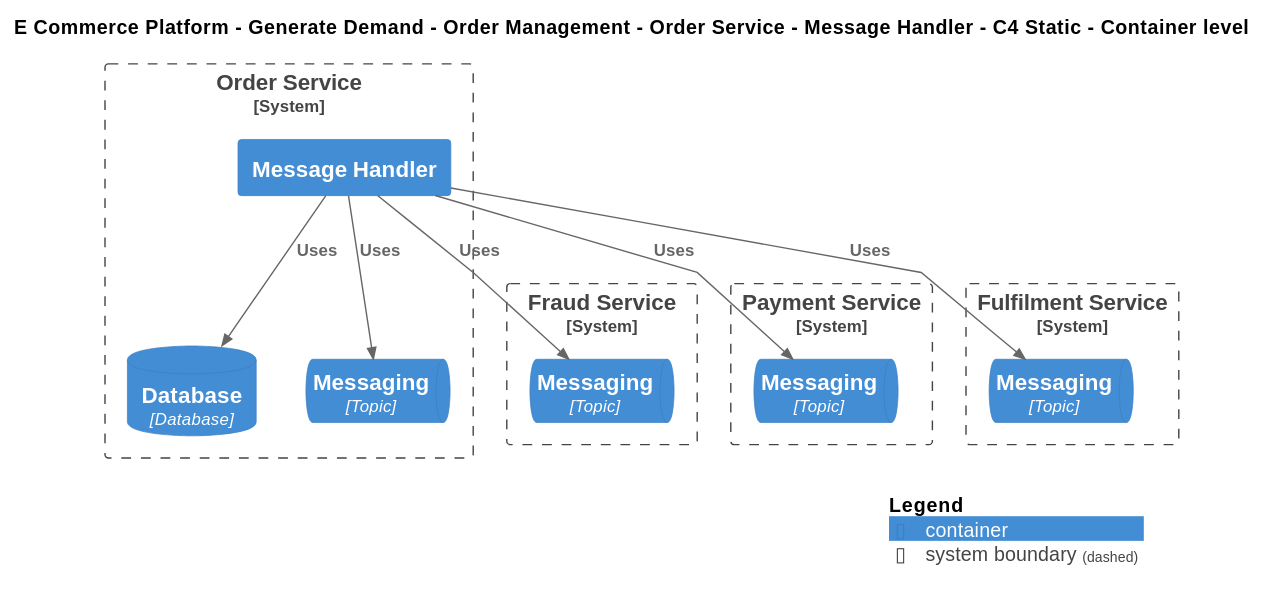
This is Samples/E-Commerce Platform/Yaml/Diagrams/E Commerce Platform/Generate Demand/Order Management/Software Systems/Order Service/Containers/Message Handler/Container - C4 Static.svg from mnadenysenko/C4InterFlow, a PlantUML export, as it was before one commit. Its diagram source:
```plantuml
@startuml
!include ..\..\..\..\..\..\..\.c4s\C4_Container.puml

AddElementTag("c4interflow:lifecycle:new", $bgColor=green, $fontColor=#ffffff, $borderColor=green, $shadowing="False")
AddElementTag("c4interflow:lifecycle:changed", $bgColor=orange, $fontColor=#ffffff, $borderColor=orange, $shadowing="False")
AddElementTag("c4interflow:lifecycle:removed", $bgColor=red, $fontColor=#ffffff, $borderColor=red, $shadowing="False")

AddRelTag("c4interflow:lifecycle:new", $textColor=green, $lineColor=green)
AddRelTag("c4interflow:lifecycle:changed", $textColor=orange, $lineColor=orange)
AddRelTag("c4interflow:lifecycle:removed", $textColor=red, $lineColor=red)

SHOW_PERSON_PORTRAIT()
LAYOUT_TOP_DOWN()

skinparam linetype polyline

title E Commerce Platform - Generate Demand - Order Management - Order Service - Message Handler - C4 Static - Container level


System_Boundary(ECommercePlatform.GenerateDemand.OrderManagement.SoftwareSystems.OrderService, "Order Service") {
    Container(ECommercePlatform.GenerateDemand.OrderManagement.SoftwareSystems.OrderService.Containers.MessageHandler, "Message Handler", "", "")
    ContainerDb(ECommercePlatform.GenerateDemand.OrderManagement.SoftwareSystems.OrderService.Containers.Database, "Database", "Database", "")
    ContainerQueue(ECommercePlatform.GenerateDemand.OrderManagement.SoftwareSystems.OrderService.Containers.Messaging, "Messaging", "Topic", "")
}

System_Boundary(ECommercePlatform.Deliver.FraudManagement.SoftwareSystems.FraudService, "Fraud Service") {
    ContainerQueue(ECommercePlatform.Deliver.FraudManagement.SoftwareSystems.FraudService.Containers.Messaging, "Messaging", "Topic", "")
}

System_Boundary(ECommercePlatform.Deliver.Payments.SoftwareSystems.PaymentService, "Payment Service") {
    ContainerQueue(ECommercePlatform.Deliver.Payments.SoftwareSystems.PaymentService.Containers.Messaging, "Messaging", "Topic", "")
}

System_Boundary(ECommercePlatform.Deliver.Fulfilment.SoftwareSystems.FulfilmentService, "Fulfilment Service") {
    ContainerQueue(ECommercePlatform.Deliver.Fulfilment.SoftwareSystems.FulfilmentService.Containers.Messaging, "Messaging", "Topic", "")
}

Rel(ECommercePlatform.GenerateDemand.OrderManagement.SoftwareSystems.OrderService.Containers.MessageHandler, ECommercePlatform.Deliver.FraudManagement.SoftwareSystems.FraudService.Containers.Messaging, "Uses")
Rel(ECommercePlatform.GenerateDemand.OrderManagement.SoftwareSystems.OrderService.Containers.MessageHandler, ECommercePlatform.GenerateDemand.OrderManagement.SoftwareSystems.OrderService.Containers.Database, "Uses")
Rel(ECommercePlatform.GenerateDemand.OrderManagement.SoftwareSystems.OrderService.Containers.MessageHandler, ECommercePlatform.GenerateDemand.OrderManagement.SoftwareSystems.OrderService.Containers.Messaging, "Uses")
Rel(ECommercePlatform.GenerateDemand.OrderManagement.SoftwareSystems.OrderService.Containers.MessageHandler, ECommercePlatform.Deliver.Payments.SoftwareSystems.PaymentService.Containers.Messaging, "Uses")
Rel(ECommercePlatform.GenerateDemand.OrderManagement.SoftwareSystems.OrderService.Containers.MessageHandler, ECommercePlatform.Deliver.Fulfilment.SoftwareSystems.FulfilmentService.Containers.Messaging, "Uses")


SHOW_LEGEND()
@enduml
```
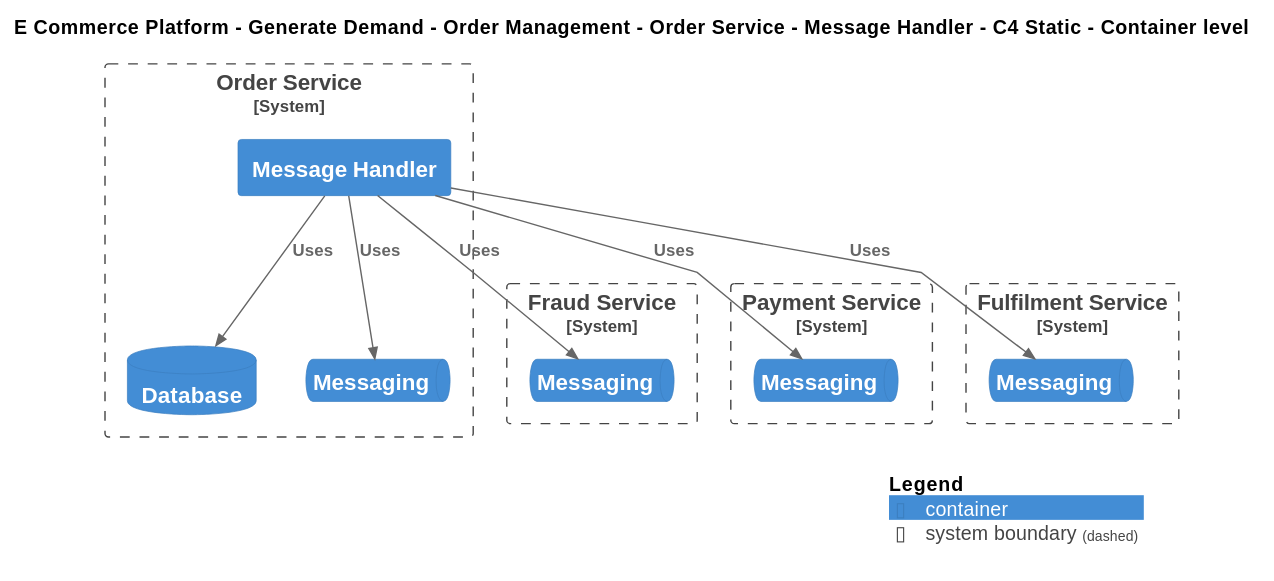
The same diagram one commit later.

Change to the diagram source:
```diff
@@ -19,20 +19,20 @@
 
 System_Boundary(ECommercePlatform.GenerateDemand.OrderManagement.SoftwareSystems.OrderService, "Order Service") {
     Container(ECommercePlatform.GenerateDemand.OrderManagement.SoftwareSystems.OrderService.Containers.MessageHandler, "Message Handler", "", "")
-    ContainerDb(ECommercePlatform.GenerateDemand.OrderManagement.SoftwareSystems.OrderService.Containers.Database, "Database", "Database", "")
-    ContainerQueue(ECommercePlatform.GenerateDemand.OrderManagement.SoftwareSystems.OrderService.Containers.Messaging, "Messaging", "Topic", "")
+    ContainerDb(ECommercePlatform.GenerateDemand.OrderManagement.SoftwareSystems.OrderService.Containers.Database, "Database", "", "")
+    ContainerQueue(ECommercePlatform.GenerateDemand.OrderManagement.SoftwareSystems.OrderService.Containers.Messaging, "Messaging", "", "")
 }
 
 System_Boundary(ECommercePlatform.Deliver.FraudManagement.SoftwareSystems.FraudService, "Fraud Service") {
-    ContainerQueue(ECommercePlatform.Deliver.FraudManagement.SoftwareSystems.FraudService.Containers.Messaging, "Messaging", "Topic", "")
+    ContainerQueue(ECommercePlatform.Deliver.FraudManagement.SoftwareSystems.FraudService.Containers.Messaging, "Messaging", "", "")
 }
 
 System_Boundary(ECommercePlatform.Deliver.Payments.SoftwareSystems.PaymentService, "Payment Service") {
-    ContainerQueue(ECommercePlatform.Deliver.Payments.SoftwareSystems.PaymentService.Containers.Messaging, "Messaging", "Topic", "")
+    ContainerQueue(ECommercePlatform.Deliver.Payments.SoftwareSystems.PaymentService.Containers.Messaging, "Messaging", "", "")
 }
 
 System_Boundary(ECommercePlatform.Deliver.Fulfilment.SoftwareSystems.FulfilmentService, "Fulfilment Service") {
-    ContainerQueue(ECommercePlatform.Deliver.Fulfilment.SoftwareSystems.FulfilmentService.Containers.Messaging, "Messaging", "Topic", "")
+    ContainerQueue(ECommercePlatform.Deliver.Fulfilment.SoftwareSystems.FulfilmentService.Containers.Messaging, "Messaging", "", "")
 }
 
 Rel(ECommercePlatform.GenerateDemand.OrderManagement.SoftwareSystems.OrderService.Containers.MessageHandler, ECommercePlatform.Deliver.FraudManagement.SoftwareSystems.FraudService.Containers.Messaging, "Uses")
```
